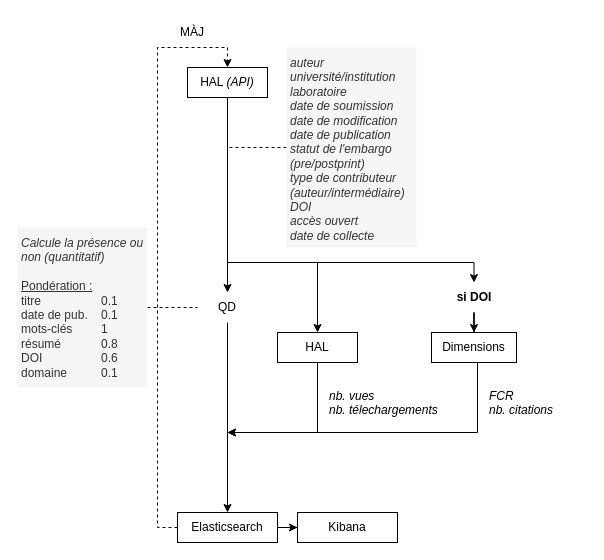
alarictabaries/hal_cartographie keeps this draw.io diagram as schema.drawio. Above is the earlier version. Source tidied: cells renumbered, new cells numbered last; positions are measured from the earlier drawing's top-left corner, leaving out a move shared by most shapes. Both pictures are drawn from the tidied source at 100%, with x=0, y=0 at pixel (17, 17).
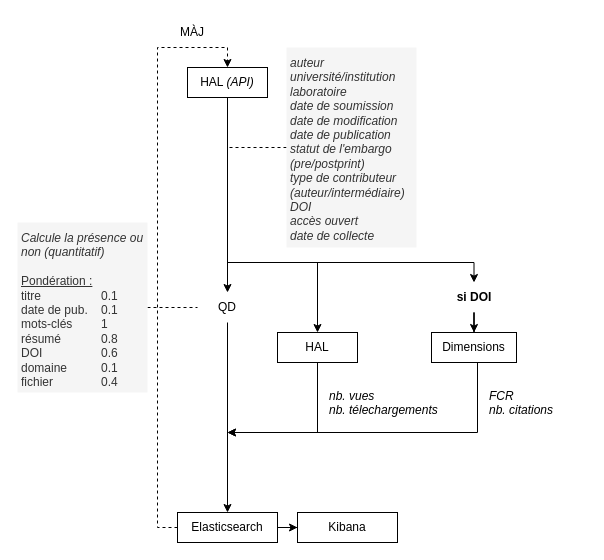
Above is the later version.

Commit message:
correction schema

Change to the diagram source:
```diff
@@
-    <mxCell id="20" value="&lt;i&gt;Calcule la présence ou non (quantitatif)&lt;br&gt;&lt;/i&gt;&lt;br&gt;&lt;u&gt;Pondération :&lt;/u&gt;&lt;br&gt;titre&lt;span style=&quot;white-space: pre;&quot;&gt;&#9;&lt;/span&gt;&lt;span style=&quot;white-space: pre;&quot;&gt;&#9;&lt;span style=&quot;white-space: pre;&quot;&gt;&#9;&lt;/span&gt;&lt;/span&gt;0.1&lt;br&gt;date de pub.&lt;span style=&quot;white-space: pre;&quot;&gt;&#9;&lt;/span&gt;0.1&lt;br&gt;mots-clés&lt;span style=&quot;white-space: pre;&quot;&gt;&#9;&lt;/span&gt;&lt;span style=&quot;white-space: pre;&quot;&gt;&#9;&lt;/span&gt;1&lt;br&gt;résumé&lt;span style=&quot;white-space: pre;&quot;&gt;&#9;&lt;/span&gt;&lt;span style=&quot;white-space: pre;&quot;&gt;&#9;&lt;/span&gt;0.8&lt;br&gt;DOI&lt;span style=&quot;white-space: pre;&quot;&gt;&#9;&lt;/span&gt;&lt;span style=&quot;white-space: pre;&quot;&gt;&#9;&lt;/span&gt;&lt;span style=&quot;white-space: pre;&quot;&gt;&#9;&lt;/span&gt;0.6&lt;br&gt;domaine&lt;span style=&quot;white-space: pre;&quot;&gt;&#9;&lt;/span&gt;&lt;span style=&quot;white-space: pre;&quot;&gt;&#9;&lt;/span&gt;0.1" style="text;html=1;strokeColor=none;fillColor=#f5f5f5;align=left;verticalAlign=top;whiteSpace=wrap;rounded=0;horizontal=1;fontColor=#333333;spacingTop=2;spacingLeft=2;spacingBottom=2;spacingRight=2;" parent="1" vertex="1">
-      <mxGeometry y="210" width="130" height="160" as="geometry" />
+    <mxCell id="20" value="&lt;i&gt;Calcule la présence ou non (quantitatif)&lt;br&gt;&lt;/i&gt;&lt;br&gt;&lt;u&gt;Pondération :&lt;/u&gt;&lt;br&gt;titre&lt;span style=&quot;white-space: pre;&quot;&gt;&#9;&lt;/span&gt;&lt;span style=&quot;white-space: pre;&quot;&gt;&#9;&lt;span style=&quot;white-space: pre;&quot;&gt;&#9;&lt;/span&gt;&lt;/span&gt;0.1&lt;br&gt;date de pub.&lt;span style=&quot;white-space: pre;&quot;&gt;&#9;&lt;/span&gt;0.1&lt;br&gt;mots-clés&lt;span style=&quot;white-space: pre;&quot;&gt;&#9;&lt;/span&gt;&lt;span style=&quot;white-space: pre;&quot;&gt;&#9;&lt;/span&gt;1&lt;br&gt;résumé&lt;span style=&quot;white-space: pre;&quot;&gt;&#9;&lt;/span&gt;&lt;span style=&quot;white-space: pre;&quot;&gt;&#9;&lt;/span&gt;0.8&lt;br&gt;DOI&lt;span style=&quot;white-space: pre;&quot;&gt;&#9;&lt;/span&gt;&lt;span style=&quot;white-space: pre;&quot;&gt;&#9;&lt;/span&gt;&lt;span style=&quot;white-space: pre;&quot;&gt;&#9;&lt;/span&gt;0.6&lt;br&gt;domaine&lt;span style=&quot;white-space: pre;&quot;&gt;&#9;&lt;/span&gt;&lt;span style=&quot;white-space: pre;&quot;&gt;&#9;&lt;/span&gt;0.1&lt;br&gt;fichier&lt;span style=&quot;white-space: pre;&quot;&gt;&#9;&lt;/span&gt;&lt;span style=&quot;white-space: pre;&quot;&gt;&#9;&lt;/span&gt;0.4" style="text;html=1;strokeColor=none;fillColor=#f5f5f5;align=left;verticalAlign=top;whiteSpace=wrap;rounded=0;horizontal=1;fontColor=#333333;spacingTop=2;spacingLeft=2;spacingBottom=2;spacingRight=2;" parent="1" vertex="1">
+      <mxGeometry y="205" width="130" height="170" as="geometry" />
     </mxCell>
```
